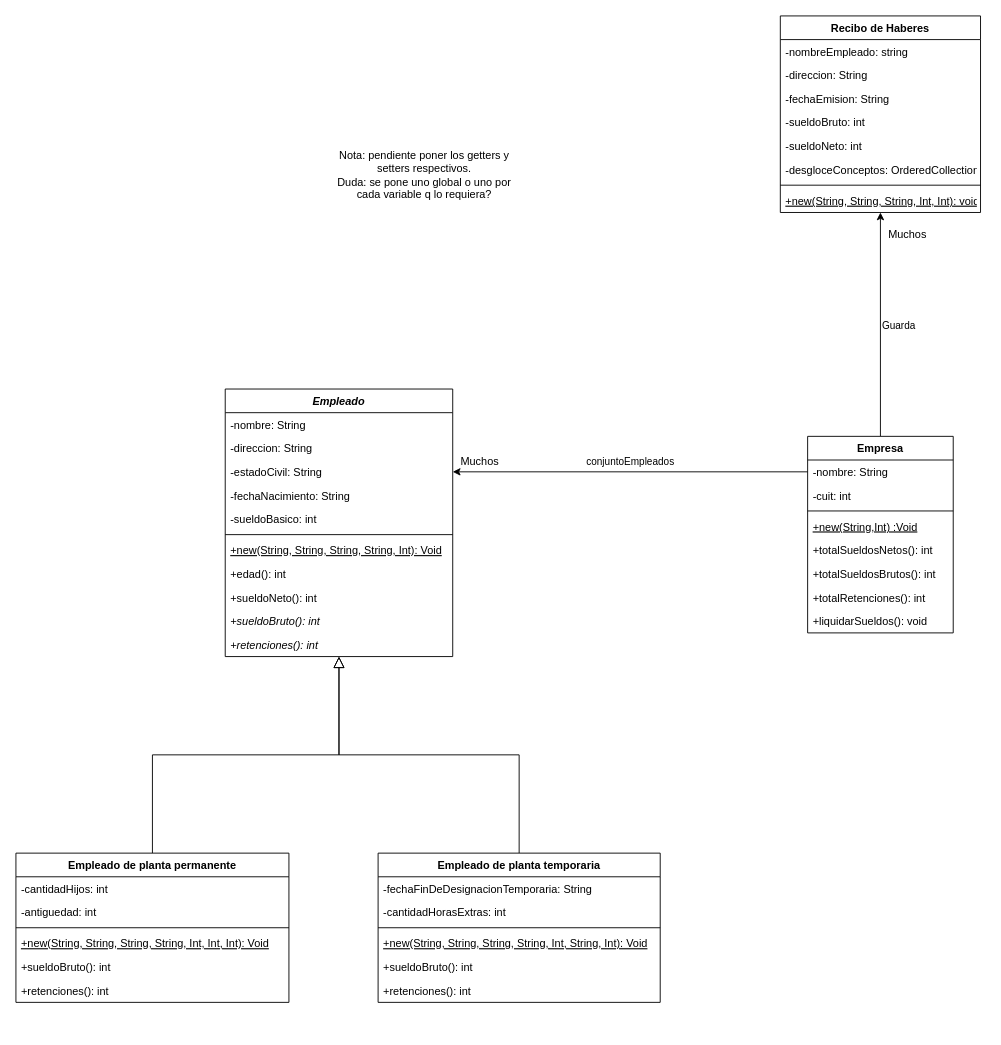
This is Tp02/Tp02-Ejercicio1.drawio from BrianMCiszewskiA/unqui-po2-ciszewski, a draw.io file, before an edit. Source tidied: cells renumbered, new cells numbered last; positions are measured from the earlier drawing's top-left corner, leaving out a move shared by most shapes. Both pictures are drawn from the tidied source at 91%, with x=0, y=0 at pixel (15, 15).
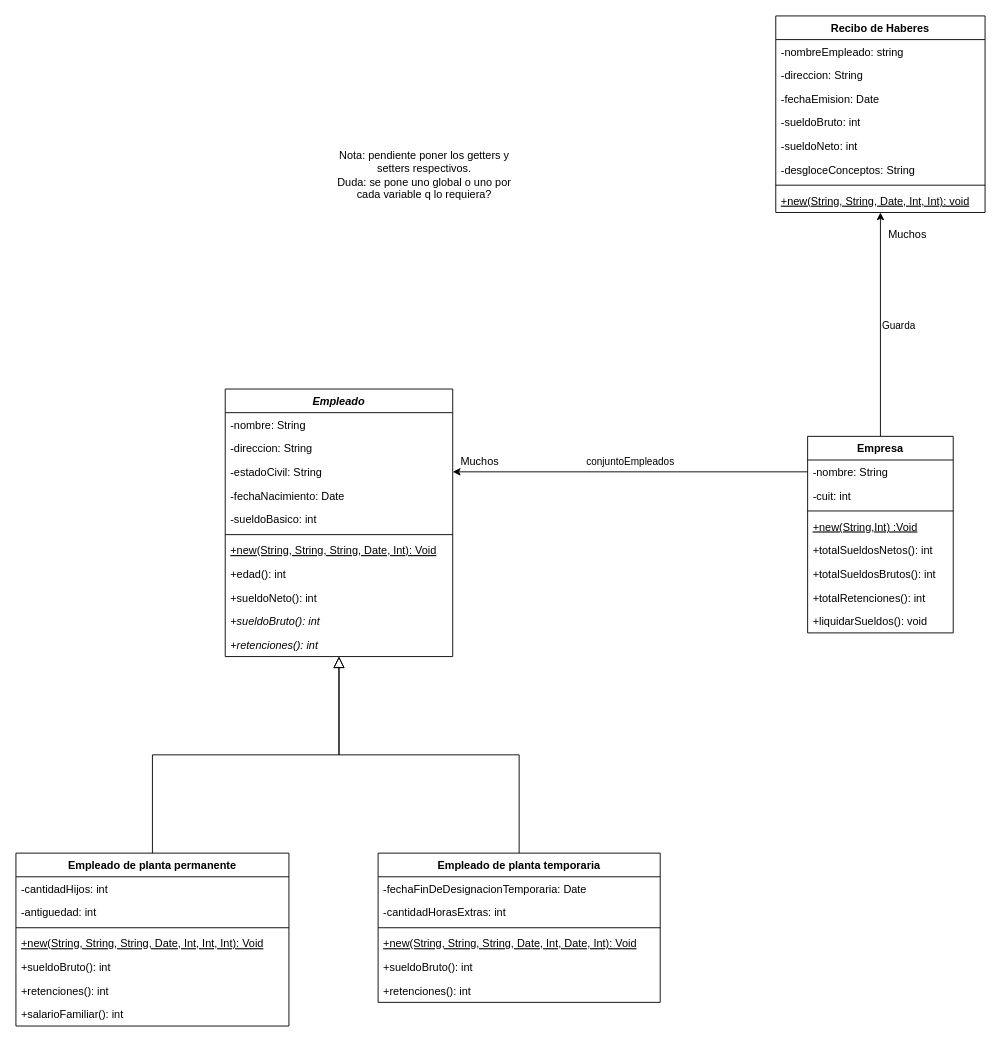
After the change.

Commit message (it also covers changes not shown here):
correccion de tipos de fecha en uml

The change refers to these unchanged cells:
```xml
<mxCell id="3" value="Empleado" style="swimlane;fontStyle=3;align=center;verticalAlign=top;horizontal=1;startSize=26;" parent="1" vertex="1">
  <mxGeometry x="230" y="410" width="250" height="294" as="geometry" />
</mxCell>
<mxCell id="6" value="-estadoCivil: String" style="text;strokeColor=none;fillColor=none;align=left;verticalAlign=top;spacingLeft=4;spacingRight=4;overflow=hidden;points=[[0,0.5],[1,0.5]];portConstraint=eastwest;" parent="3" vertex="1">
  <mxGeometry y="78" width="250" height="26" as="geometry" />
</mxCell>
<mxCell id="17" value="-nombre: String" style="text;strokeColor=none;fillColor=none;align=left;verticalAlign=top;spacingLeft=4;spacingRight=4;overflow=hidden;points=[[0,0.5],[1,0.5]];portConstraint=eastwest;" parent="16" vertex="1">
  <mxGeometry y="26" width="160" height="26" as="geometry" />
</mxCell>
<mxCell id="33" value="Empleado de planta temporaria" style="swimlane;fontStyle=1;align=center;verticalAlign=top;horizontal=1;startSize=26;" parent="1" vertex="1">
  <mxGeometry x="398" y="920" width="310" height="164" as="geometry" />
</mxCell>
```

What changed in the source:
```diff
@@
-    <mxCell id="7" value="-fechaNacimiento: String" style="text;strokeColor=none;fillColor=none;align=left;verticalAlign=top;spacingLeft=4;spacingRight=4;overflow=hidden;" parent="3" vertex="1">
+    <mxCell id="7" value="-fechaNacimiento: Date" style="text;strokeColor=none;fillColor=none;align=left;verticalAlign=top;spacingLeft=4;spacingRight=4;overflow=hidden;" parent="3" vertex="1">
       <mxGeometry y="104" width="250" height="26" as="geometry" />
     </mxCell>
@@
-    <mxCell id="10" value="+new(String, String, String, String, Int): Void" style="text;strokeColor=none;fillColor=none;align=left;verticalAlign=top;spacingLeft=4;spacingRight=4;overflow=hidden;fontStyle=4;" parent="3" vertex="1">
+    <mxCell id="10" value="+new(String, String, String, Date, Int): Void" style="text;strokeColor=none;fillColor=none;align=left;verticalAlign=top;spacingLeft=4;spacingRight=4;overflow=hidden;fontStyle=4;" parent="3" vertex="1">
       <mxGeometry y="164" width="250" height="26" as="geometry" />
     </mxCell>
@@
     <mxCell id="26" value="Empleado de planta permanente" style="swimlane;fontStyle=1;align=center;verticalAlign=top;horizontal=1;startSize=26;" parent="1" vertex="1">
-      <mxGeometry y="920" width="300" height="164" as="geometry" />
+      <mxGeometry y="920" width="300" height="190" as="geometry" />
     </mxCell>
@@
-    <mxCell id="30" value="+new(String, String, String, String, Int, Int, Int): Void" style="text;strokeColor=none;fillColor=none;align=left;verticalAlign=top;spacingLeft=4;spacingRight=4;overflow=hidden;fontStyle=4;" parent="26" vertex="1">
+    <mxCell id="30" value="+new(String, String, String, Date, Int, Int, Int): Void" style="text;strokeColor=none;fillColor=none;align=left;verticalAlign=top;spacingLeft=4;spacingRight=4;overflow=hidden;fontStyle=4;" parent="26" vertex="1">
       <mxGeometry y="86" width="300" height="26" as="geometry" />
     </mxCell>
@@
+    <mxCell id="54" value="+salarioFamiliar(): int" style="text;strokeColor=none;fillColor=none;align=left;verticalAlign=top;spacingLeft=4;spacingRight=4;overflow=hidden;" parent="26" vertex="1">
+      <mxGeometry y="164" width="300" height="26" as="geometry" />
+    </mxCell>
@@
-    <mxCell id="34" value="-fechaFinDeDesignacionTemporaria: String" style="text;strokeColor=none;fillColor=none;align=left;verticalAlign=top;spacingLeft=4;spacingRight=4;overflow=hidden;" parent="33" vertex="1">
+    <mxCell id="34" value="-fechaFinDeDesignacionTemporaria: Date" style="text;strokeColor=none;fillColor=none;align=left;verticalAlign=top;spacingLeft=4;spacingRight=4;overflow=hidden;" parent="33" vertex="1">
       <mxGeometry y="26" width="310" height="26" as="geometry" />
     </mxCell>
@@
-    <mxCell id="37" value="+new(String, String, String, String, Int, String, Int): Void" style="text;strokeColor=none;fillColor=none;align=left;verticalAlign=top;spacingLeft=4;spacingRight=4;overflow=hidden;fontStyle=4;" parent="33" vertex="1">
+    <mxCell id="37" value="+new(String, String, String, Date, Int, Date, Int): Void" style="text;strokeColor=none;fillColor=none;align=left;verticalAlign=top;spacingLeft=4;spacingRight=4;overflow=hidden;fontStyle=4;" parent="33" vertex="1">
       <mxGeometry y="86" width="310" height="26" as="geometry" />
     </mxCell>
@@
+    <mxCell id="49" value="Muchos" style="text;html=1;strokeColor=none;fillColor=none;align=center;verticalAlign=middle;whiteSpace=wrap;rounded=0;" parent="1" vertex="1">
+      <mxGeometry x="960" y="230" width="40" height="20" as="geometry" />
+    </mxCell>
+    <mxCell id="50" style="group;" parent="1" vertex="1">
+      <mxGeometry x="490" y="480" width="40" height="20" as="geometry" />
+    </mxCell>
+    <mxCell id="51" value="conjuntoEmpleados" style="edgeStyle=orthogonalEdgeStyle;rounded=0;jettySize=auto;html=1;exitX=0;exitY=0.5;exitDx=0;exitDy=0;entryX=1;entryY=0.5;entryDx=0;entryDy=0;" parent="50" edge="1" source="17" target="6">
+      <mxGeometry y="-11" relative="1" as="geometry" />
+    </mxCell>
+    <mxCell id="52" value="Muchos" style="text;html=1;strokeColor=none;fillColor=none;align=center;verticalAlign=middle;whiteSpace=wrap;rounded=0;" parent="50" vertex="1">
+      <mxGeometry width="40" height="20" as="geometry" />
+    </mxCell>
+    <mxCell id="53" value="Nota: pendiente poner los getters y setters respectivos.&lt;br&gt;Duda: se pone uno global o uno por cada variable q lo requiera?" style="text;html=1;strokeColor=none;fillColor=none;align=center;verticalAlign=middle;whiteSpace=wrap;rounded=0;" parent="1" vertex="1">
+      <mxGeometry x="344" y="60" width="210" height="230" as="geometry" />
+    </mxCell>
     <mxCell id="40" value="Recibo de Haberes" style="swimlane;fontStyle=1;align=center;verticalAlign=top;horizontal=1;startSize=26;" parent="1" vertex="1">
-      <mxGeometry x="840" width="220" height="216" as="geometry" />
+      <mxGeometry x="835" width="230" height="216" as="geometry" />
     </mxCell>
     <mxCell id="41" value="-nombreEmpleado: string" style="text;strokeColor=none;fillColor=none;align=left;verticalAlign=top;spacingLeft=4;spacingRight=4;overflow=hidden;" parent="40" vertex="1">
-      <mxGeometry y="26" width="220" height="26" as="geometry" />
+      <mxGeometry y="26" width="230" height="26" as="geometry" />
     </mxCell>
     <mxCell id="42" value="-direccion: String" style="text;strokeColor=none;fillColor=none;align=left;verticalAlign=top;spacingLeft=4;spacingRight=4;overflow=hidden;" parent="40" vertex="1">
-      <mxGeometry y="52" width="220" height="26" as="geometry" />
+      <mxGeometry y="52" width="230" height="26" as="geometry" />
     </mxCell>
-    <mxCell id="43" value="-fechaEmision: String" style="text;strokeColor=none;fillColor=none;align=left;verticalAlign=top;spacingLeft=4;spacingRight=4;overflow=hidden;" parent="40" vertex="1">
-      <mxGeometry y="78" width="220" height="26" as="geometry" />
+    <mxCell id="43" value="-fechaEmision: Date" style="text;strokeColor=none;fillColor=none;align=left;verticalAlign=top;spacingLeft=4;spacingRight=4;overflow=hidden;" parent="40" vertex="1">
+      <mxGeometry y="78" width="230" height="26" as="geometry" />
     </mxCell>
     <mxCell id="44" value="-sueldoBruto: int" style="text;strokeColor=none;fillColor=none;align=left;verticalAlign=top;spacingLeft=4;spacingRight=4;overflow=hidden;" parent="40" vertex="1">
-      <mxGeometry y="104" width="220" height="26" as="geometry" />
+      <mxGeometry y="104" width="230" height="26" as="geometry" />
     </mxCell>
     <mxCell id="45" value="-sueldoNeto: int" style="text;strokeColor=none;fillColor=none;align=left;verticalAlign=top;spacingLeft=4;spacingRight=4;overflow=hidden;" parent="40" vertex="1">
-      <mxGeometry y="130" width="220" height="26" as="geometry" />
+      <mxGeometry y="130" width="230" height="26" as="geometry" />
     </mxCell>
-    <mxCell id="46" value="-desgloceConceptos: OrderedCollection" style="text;strokeColor=none;fillColor=none;align=left;verticalAlign=top;spacingLeft=4;spacingRight=4;overflow=hidden;" parent="40" vertex="1">
-      <mxGeometry y="156" width="220" height="26" as="geometry" />
+    <mxCell id="46" value="-desgloceConceptos: String" style="text;strokeColor=none;fillColor=none;align=left;verticalAlign=top;spacingLeft=4;spacingRight=4;overflow=hidden;" parent="40" vertex="1">
+      <mxGeometry y="156" width="230" height="26" as="geometry" />
     </mxCell>
     <mxCell id="47" style="line;strokeWidth=1;fillColor=none;align=left;verticalAlign=middle;spacingTop=-1;spacingLeft=3;spacingRight=3;labelPosition=right;" parent="40" vertex="1">
-      <mxGeometry y="182" width="220" height="8" as="geometry" />
+      <mxGeometry y="182" width="230" height="8" as="geometry" />
     </mxCell>
-    <mxCell id="48" value="+new(String, String, String, Int, Int): void" style="text;strokeColor=none;fillColor=none;align=left;verticalAlign=top;spacingLeft=4;spacingRight=4;overflow=hidden;fontStyle=4;" parent="40" vertex="1">
-      <mxGeometry y="190" width="220" height="26" as="geometry" />
+    <mxCell id="48" value="+new(String, String, Date, Int, Int): void" style="text;strokeColor=none;fillColor=none;align=left;verticalAlign=top;spacingLeft=4;spacingRight=4;overflow=hidden;fontStyle=4;" parent="40" vertex="1">
+      <mxGeometry y="190" width="230" height="26" as="geometry" />
     </mxCell>
-    <mxCell id="49" value="Muchos" style="text;html=1;strokeColor=none;fillColor=none;align=center;verticalAlign=middle;whiteSpace=wrap;rounded=0;" parent="1" vertex="1">
-      <mxGeometry x="960" y="230" width="40" height="20" as="geometry" />
-    </mxCell>
-    <mxCell id="50" style="group;" parent="1" vertex="1">
-      <mxGeometry x="490" y="480" width="40" height="20" as="geometry" />
-    </mxCell>
-    <mxCell id="51" value="conjuntoEmpleados" style="edgeStyle=orthogonalEdgeStyle;rounded=0;jettySize=auto;html=1;exitX=0;exitY=0.5;exitDx=0;exitDy=0;entryX=1;entryY=0.5;entryDx=0;entryDy=0;" parent="50" edge="1" source="17" target="6">
-      <mxGeometry y="-11" relative="1" as="geometry" />
-    </mxCell>
-    <mxCell id="52" value="Muchos" style="text;html=1;strokeColor=none;fillColor=none;align=center;verticalAlign=middle;whiteSpace=wrap;rounded=0;" parent="50" vertex="1">
-      <mxGeometry width="40" height="20" as="geometry" />
-    </mxCell>
-    <mxCell id="53" value="Nota: pendiente poner los getters y setters respectivos.&lt;br&gt;Duda: se pone uno global o uno por cada variable q lo requiera?" style="text;html=1;strokeColor=none;fillColor=none;align=center;verticalAlign=middle;whiteSpace=wrap;rounded=0;" parent="1" vertex="1">
-      <mxGeometry x="344" y="60" width="210" height="230" as="geometry" />
-    </mxCell>
```
